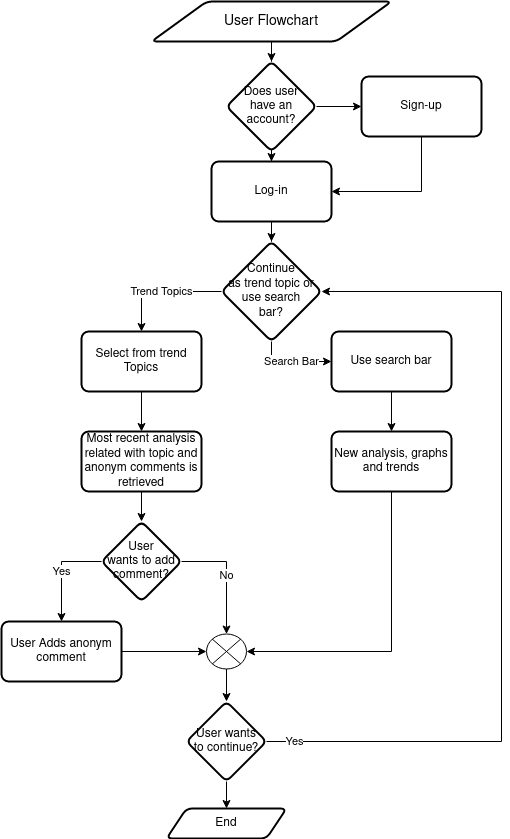
Before: Document/Mockup.png, a diagram exported from draw.io (krmacit/SWE573-SoftwareDevelopmentPractice-Project). Source tidied: cells renumbered, new cells last; positions are measured from the earlier drawing's top-left corner, leaving out a move shared by most shapes.
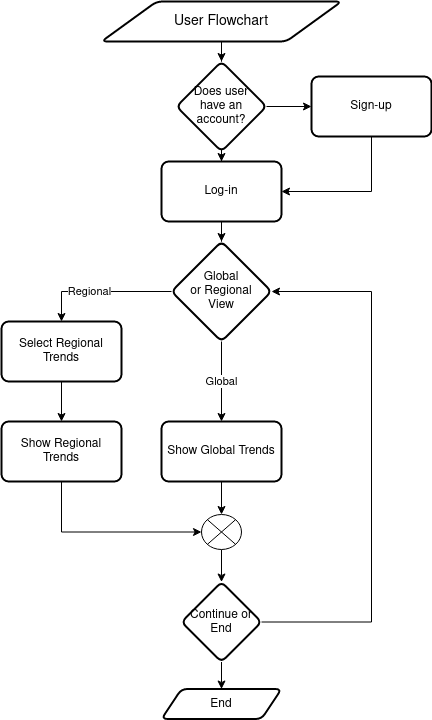
Later version of the same file.

Commit message:
Diagrams are updated.

What changed in the source:
```diff
@@ -29,76 +29,55 @@
     <mxCell id="10" value="Sign-up" style="whiteSpace=wrap;html=1;rounded=1;strokeWidth=2;arcSize=12;" parent="1" vertex="1">
       <mxGeometry x="360" y="75" width="120" height="60" as="geometry" />
     </mxCell>
-    <mxCell id="11" style="edgeStyle=orthogonalEdgeStyle;rounded=0;jettySize=auto;html=1;" parent="1" edge="1" source="12" target="21">
-      <mxGeometry relative="1" as="geometry" />
-    </mxCell>
-    <mxCell id="12" value="Use search bar" style="whiteSpace=wrap;html=1;rounded=1;strokeWidth=2;arcSize=12;" parent="1" vertex="1">
-      <mxGeometry x="330" y="330" width="120" height="60" as="geometry" />
-    </mxCell>
     <mxCell id="13" style="edgeStyle=orthogonalEdgeStyle;rounded=0;jettySize=auto;html=1;" parent="1" edge="1" source="14" target="19">
       <mxGeometry relative="1" as="geometry" />
     </mxCell>
-    <mxCell id="14" value="Select from trend Topics" style="whiteSpace=wrap;html=1;rounded=1;strokeWidth=2;arcSize=12;" parent="1" vertex="1">
-      <mxGeometry x="80" y="330" width="120" height="60" as="geometry" />
+    <mxCell id="14" value="Select Regional Trends" style="whiteSpace=wrap;html=1;rounded=1;strokeWidth=2;arcSize=12;" parent="1" vertex="1">
+      <mxGeometry x="50" y="320" width="120" height="60" as="geometry" />
     </mxCell>
-    <mxCell id="15" value="Search Bar" style="edgeStyle=orthogonalEdgeStyle;rounded=0;jettySize=auto;html=1;entryX=0;entryY=0.5;entryDx=0;entryDy=0;exitX=0.5;exitY=1;exitDx=0;exitDy=0;" parent="1" edge="1" source="17" target="12">
-      <mxGeometry relative="1" as="geometry" />
-    </mxCell>
-    <mxCell id="16" value="Trend Topics" style="edgeStyle=orthogonalEdgeStyle;rounded=0;jettySize=auto;html=1;entryX=0.5;entryY=0;entryDx=0;entryDy=0;" parent="1" edge="1" source="17" target="14">
-      <mxGeometry relative="1" as="geometry" />
+    <mxCell id="16" value="Regional" style="edgeStyle=orthogonalEdgeStyle;rounded=0;jettySize=auto;html=1;entryX=0.5;entryY=0;entryDx=0;entryDy=0;exitX=0;exitY=0.5;exitDx=0;exitDy=0;" parent="1" edge="1" source="17" target="14">
+      <mxGeometry x="0.17" relative="1" as="geometry" />
     </mxCell>
-    <mxCell id="17" value="&lt;div&gt;Continue&lt;/div&gt;&lt;div&gt; as trend topic or use search&lt;/div&gt;&lt;div&gt; bar?&lt;/div&gt;" style="rhombus;whiteSpace=wrap;html=1;rounded=1;strokeWidth=2;arcSize=12;" parent="1" vertex="1">
+    <mxCell id="17" value="&lt;div&gt;Global &lt;br&gt;&lt;/div&gt;&lt;div&gt;or Regional &lt;br&gt;&lt;/div&gt;&lt;div&gt;View&lt;br&gt;&lt;/div&gt;" style="rhombus;whiteSpace=wrap;html=1;rounded=1;strokeWidth=2;arcSize=12;" parent="1" vertex="1">
       <mxGeometry x="220" y="240" width="100" height="100" as="geometry" />
     </mxCell>
-    <mxCell id="18" style="edgeStyle=orthogonalEdgeStyle;rounded=0;jettySize=auto;html=1;" parent="1" edge="1" source="19" target="24">
+    <mxCell id="18" style="edgeStyle=orthogonalEdgeStyle;rounded=0;jettySize=auto;html=1;entryX=0;entryY=0.5;entryDx=0;entryDy=0;exitX=0.5;exitY=1;exitDx=0;exitDy=0;entryPerimeter=0;" parent="1" edge="1" source="19" target="31">
       <mxGeometry relative="1" as="geometry" />
     </mxCell>
-    <mxCell id="19" value="Most recent analysis related with topic and anonym comments is retrieved" style="whiteSpace=wrap;html=1;rounded=1;strokeWidth=2;arcSize=12;" parent="1" vertex="1">
-      <mxGeometry x="80" y="430" width="120" height="60" as="geometry" />
+    <mxCell id="19" value="Show Regional Trends" style="whiteSpace=wrap;html=1;rounded=1;strokeWidth=2;arcSize=12;" parent="1" vertex="1">
+      <mxGeometry x="50" y="420" width="120" height="60" as="geometry" />
     </mxCell>
-    <mxCell id="20" style="edgeStyle=orthogonalEdgeStyle;rounded=0;jettySize=auto;html=1;entryX=1;entryY=0.5;entryDx=0;entryDy=0;entryPerimeter=0;exitX=0.5;exitY=1;exitDx=0;exitDy=0;" parent="1" edge="1" source="21" target="31">
-      <mxGeometry relative="1" as="geometry" />
-    </mxCell>
-    <mxCell id="21" value="New analysis, graphs and trends" style="whiteSpace=wrap;html=1;rounded=1;strokeWidth=2;arcSize=12;" parent="1" vertex="1">
-      <mxGeometry x="330" y="430" width="120" height="60" as="geometry" />
-    </mxCell>
-    <mxCell id="22" value="Yes" style="edgeStyle=orthogonalEdgeStyle;rounded=0;jettySize=auto;html=1;exitX=0;exitY=0.5;exitDx=0;exitDy=0;" parent="1" edge="1" source="24" target="26">
-      <mxGeometry relative="1" as="geometry" />
-    </mxCell>
-    <mxCell id="23" value="No" style="edgeStyle=orthogonalEdgeStyle;rounded=0;jettySize=auto;html=1;entryX=0.5;entryY=0;entryDx=0;entryDy=0;entryPerimeter=0;" parent="1" edge="1" source="24" target="31">
-      <mxGeometry relative="1" as="geometry" />
-    </mxCell>
-    <mxCell id="24" value="&lt;div&gt;User&lt;/div&gt;&lt;div&gt; wants to add comment?&lt;/div&gt;" style="rhombus;whiteSpace=wrap;html=1;rounded=1;strokeWidth=2;arcSize=12;" parent="1" vertex="1">
-      <mxGeometry x="100" y="520" width="80" height="80" as="geometry" />
-    </mxCell>
-    <mxCell id="25" style="edgeStyle=orthogonalEdgeStyle;rounded=0;jettySize=auto;html=1;entryX=0;entryY=0.5;entryDx=0;entryDy=0;entryPerimeter=0;" parent="1" edge="1" source="26" target="31">
-      <mxGeometry relative="1" as="geometry" />
-    </mxCell>
-    <mxCell id="26" value="User Adds anonym comment" style="whiteSpace=wrap;html=1;rounded=1;strokeWidth=2;arcSize=12;" parent="1" vertex="1">
-      <mxGeometry y="620" width="120" height="60" as="geometry" />
-    </mxCell>
+    <mxCell id="28" style="edgeStyle=orthogonalEdgeStyle;rounded=0;jettySize=auto;html=1;" parent="1" edge="1" source="29" target="32">
+      <mxGeometry relative="1" as="geometry" />
+    </mxCell>
-    <mxCell id="27" value="Yes" style="edgeStyle=orthogonalEdgeStyle;rounded=0;jettySize=auto;html=1;entryX=1;entryY=0.5;entryDx=0;entryDy=0;" parent="1" edge="1" source="29" target="17">
-      <mxGeometry x="-0.93" relative="1" as="geometry">
+    <mxCell id="27" style="edgeStyle=orthogonalEdgeStyle;rounded=0;jettySize=auto;html=1;exitX=1;exitY=0.5;exitDx=0;exitDy=0;" parent="1" edge="1" source="29" target="17">
+      <mxGeometry relative="1" as="geometry">
         <Array as="points">
-          <mxPoint x="500" y="740" />
-          <mxPoint x="500" y="290" />
+          <mxPoint x="420" y="621" />
+          <mxPoint x="420" y="290" />
         </Array>
       </mxGeometry>
     </mxCell>
-    <mxCell id="28" style="edgeStyle=orthogonalEdgeStyle;rounded=0;jettySize=auto;html=1;" parent="1" edge="1" source="29" target="32">
-      <mxGeometry relative="1" as="geometry" />
-    </mxCell>
-    <mxCell id="29" value="&lt;div&gt;User wants &lt;br&gt;&lt;/div&gt;&lt;div&gt;to continue?&lt;/div&gt;" style="rhombus;whiteSpace=wrap;html=1;rounded=1;strokeWidth=2;arcSize=12;" parent="1" vertex="1">
-      <mxGeometry x="185" y="700" width="80" height="80" as="geometry" />
+    <mxCell id="29" value="Continue or End" style="rhombus;whiteSpace=wrap;html=1;rounded=1;strokeWidth=2;arcSize=12;" parent="1" vertex="1">
+      <mxGeometry x="230" y="580.5" width="80" height="80" as="geometry" />
     </mxCell>
     <mxCell id="30" style="edgeStyle=orthogonalEdgeStyle;rounded=0;jettySize=auto;html=1;" parent="1" edge="1" source="31" target="29">
       <mxGeometry relative="1" as="geometry" />
     </mxCell>
     <mxCell id="31" style="verticalLabelPosition=bottom;verticalAlign=top;html=1;shape=mxgraph.flowchart.or;" parent="1" vertex="1">
-      <mxGeometry x="205" y="632.5" width="40" height="35" as="geometry" />
+      <mxGeometry x="250" y="513" width="40" height="35" as="geometry" />
     </mxCell>
     <mxCell id="32" value="End" style="shape=parallelogram;perimeter=parallelogramPerimeter;whiteSpace=wrap;html=1;fixedSize=1;rounded=1;strokeWidth=2;arcSize=12;" parent="1" vertex="1">
-      <mxGeometry x="165" y="807" width="120" height="30" as="geometry" />
+      <mxGeometry x="210" y="687.5" width="120" height="30" as="geometry" />
     </mxCell>
+    <mxCell id="33" value="Global" style="edgeStyle=orthogonalEdgeStyle;rounded=0;jettySize=auto;html=1;exitX=0.5;exitY=1;exitDx=0;exitDy=0;entryX=0.5;entryY=0;entryDx=0;entryDy=0;" parent="1" edge="1" source="17" target="35">
+      <mxGeometry relative="1" as="geometry" />
+    </mxCell>
+    <mxCell id="34" style="edgeStyle=orthogonalEdgeStyle;rounded=0;jettySize=auto;html=1;entryX=0.5;entryY=0;entryDx=0;entryDy=0;entryPerimeter=0;" parent="1" edge="1" source="35" target="31">
+      <mxGeometry relative="1" as="geometry" />
+    </mxCell>
+    <mxCell id="35" value="Show Global Trends" style="whiteSpace=wrap;html=1;rounded=1;strokeWidth=2;arcSize=12;" parent="1" vertex="1">
+      <mxGeometry x="210" y="420" width="120" height="60" as="geometry" />
+    </mxCell>
   </root>
 </mxGraphModel>
```
